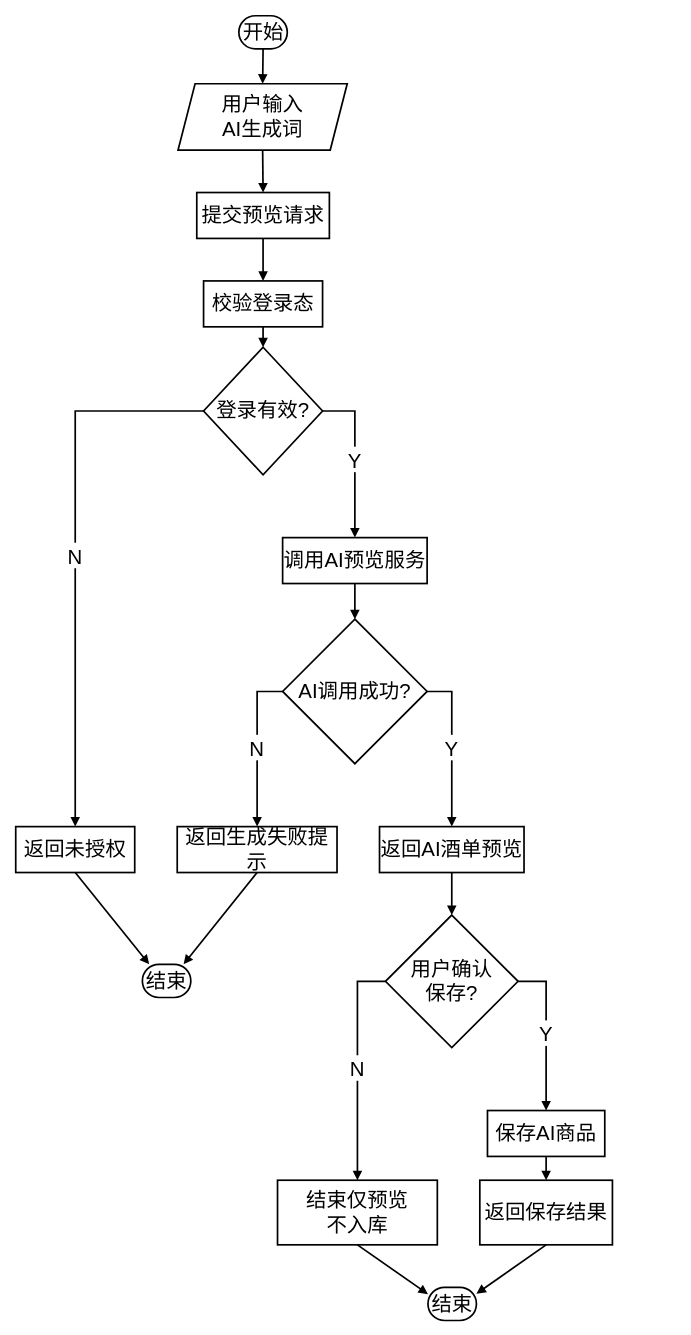
The draw.io diagram AI推荐商品功能流程图.drawio in LichCarlos/darwIo, before the edit. Source tidied: cells renumbered, new cells numbered last; positions are measured from the earlier drawing's top-left corner, leaving out a move shared by most shapes. Both pictures are drawn from the tidied source at 85%, with x=0, y=0 at pixel (15, -357).
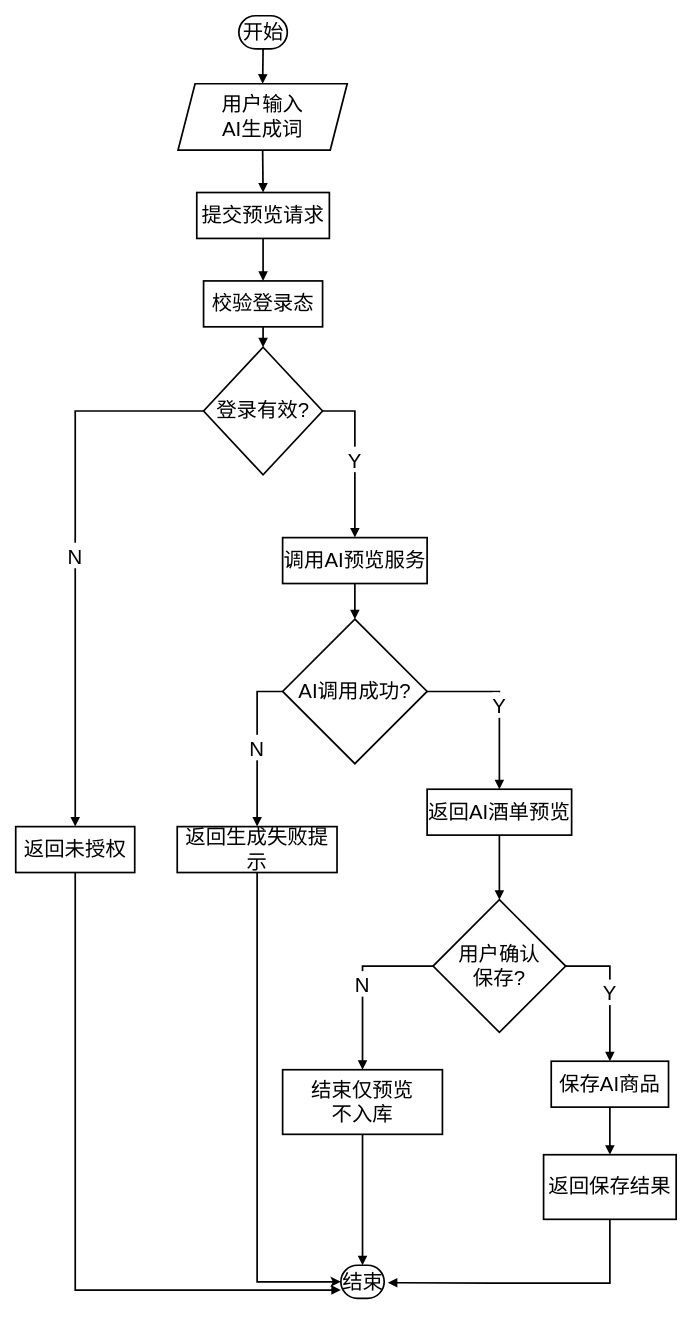
The same diagram, later.

Commit message:
更新AI推荐商品功能流程图.drawio

The change refers to these unchanged cells:
```xml
<mxCell id="10" value="返回未授权" style="whiteSpace=wrap;strokeWidth=2;fontSize=24;" parent="1" vertex="1">
  <mxGeometry y="1392" width="140" height="54" as="geometry" />
</mxCell>
<mxCell id="14" value="返回生成失败提示" style="whiteSpace=wrap;strokeWidth=2;fontSize=24;" parent="1" vertex="1">
  <mxGeometry x="190" y="1392" width="188" height="54" as="geometry" />
</mxCell>
```

Diff of the diagram source:
```diff
@@
-    <mxCell id="11" value="结束" style="rounded=1;whiteSpace=wrap;arcSize=50;strokeWidth=2;fontSize=24;" parent="1" vertex="1">
-      <mxGeometry x="149" y="1554" width="57" height="39" as="geometry" />
-    </mxCell>
@@
+    <mxCell id="38" style="edgeStyle=orthogonalEdgeStyle;rounded=0;jettySize=auto;html=1;entryX=0;entryY=0.5;entryDx=0;entryDy=0;exitX=0.5;exitY=1;exitDx=0;exitDy=0;strokeWidth=2;" parent="1" edge="1" source="14" target="18">
+      <mxGeometry relative="1" as="geometry" />
+    </mxCell>
@@
     <mxCell id="15" value="返回AI酒单预览" style="whiteSpace=wrap;strokeWidth=2;fontSize=24;" parent="1" vertex="1">
-      <mxGeometry x="428" y="1392" width="170" height="54" as="geometry" />
+      <mxGeometry x="484" y="1348" width="170" height="54" as="geometry" />
     </mxCell>
     <mxCell id="16" value="用户确认&#10;保存?" style="rhombus;strokeWidth=2;whiteSpace=wrap;fontSize=24;" parent="1" vertex="1">
-      <mxGeometry x="435" y="1496" width="156" height="156" as="geometry" />
+      <mxGeometry x="491" y="1478" width="156" height="156" as="geometry" />
     </mxCell>
     <mxCell id="17" value="结束仅预览&#10;不入库" style="whiteSpace=wrap;strokeWidth=2;fontSize=24;" parent="1" vertex="1">
-      <mxGeometry x="308" y="1808" width="188" height="76" as="geometry" />
+      <mxGeometry x="314" y="1678" width="188" height="76" as="geometry" />
     </mxCell>
     <mxCell id="18" value="结束" style="rounded=1;whiteSpace=wrap;arcSize=50;strokeWidth=2;fontSize=24;" parent="1" vertex="1">
-      <mxGeometry x="485" y="1934" width="57" height="39" as="geometry" />
+      <mxGeometry x="382.5" y="1908" width="51" height="39" as="geometry" />
     </mxCell>
     <mxCell id="19" value="保存AI商品" style="whiteSpace=wrap;strokeWidth=2;fontSize=24;" parent="1" vertex="1">
-      <mxGeometry x="555" y="1726" width="138" height="54" as="geometry" />
+      <mxGeometry x="630" y="1668" width="138" height="54" as="geometry" />
     </mxCell>
     <mxCell id="20" value="返回保存结果" style="whiteSpace=wrap;strokeWidth=2;fontSize=24;" parent="1" vertex="1">
-      <mxGeometry x="546" y="1808" width="156" height="76" as="geometry" />
+      <mxGeometry x="621" y="1778" width="156" height="76" as="geometry" />
     </mxCell>
@@
-    <mxCell id="26" style="startArrow=none;endArrow=block;strokeWidth=2;exitX=0.5;exitY=0.99;entryX=0.14;entryY=0;rounded=0;fontSize=24;" parent="1" edge="1" source="10" target="11">
+    <mxCell id="26" style="startArrow=none;endArrow=block;strokeWidth=2;exitX=0.5;exitY=0.99;entryX=0;entryY=0.75;rounded=0;fontSize=24;entryDx=0;entryDy=0;edgeStyle=orthogonalEdgeStyle;" parent="1" edge="1" source="10" target="18">
       <mxGeometry relative="1" as="geometry" />
     </mxCell>
@@
-    <mxCell id="30" style="startArrow=none;endArrow=block;strokeWidth=2;exitX=0.5;exitY=0.99;entryX=0.85;entryY=0;rounded=0;fontSize=24;" parent="1" edge="1" source="14" target="11">
-      <mxGeometry relative="1" as="geometry" />
-    </mxCell>
@@
-    <mxCell id="34" style="startArrow=none;endArrow=block;strokeWidth=2;exitX=0.5;exitY=0.99;entryX=-0.01;entryY=0.2;rounded=0;fontSize=24;" parent="1" edge="1" source="17" target="18">
+    <mxCell id="34" style="startArrow=none;endArrow=block;strokeWidth=2;exitX=0.5;exitY=0.99;entryX=0.5;entryY=0;rounded=0;fontSize=24;entryDx=0;entryDy=0;" parent="1" edge="1" source="17" target="18">
       <mxGeometry relative="1" as="geometry" />
     </mxCell>
@@
-    <mxCell id="37" style="startArrow=none;endArrow=block;strokeWidth=2;exitX=0.5;exitY=0.99;entryX=0.99;entryY=0.2;rounded=0;fontSize=24;" parent="1" edge="1" source="20" target="18">
-      <mxGeometry relative="1" as="geometry" />
+    <mxCell id="37" style="startArrow=none;endArrow=block;strokeWidth=2;exitX=0.5;exitY=0.99;rounded=0;fontSize=24;edgeStyle=orthogonalEdgeStyle;entryX=1.084;entryY=0.527;entryDx=0;entryDy=0;entryPerimeter=0;" parent="1" edge="1" source="20" target="18">
+      <mxGeometry relative="1" as="geometry">
+        <Array as="points">
+          <mxPoint x="699" y="1929" />
+          <mxPoint x="560" y="1929" />
+        </Array>
+      </mxGeometry>
     </mxCell>
```
